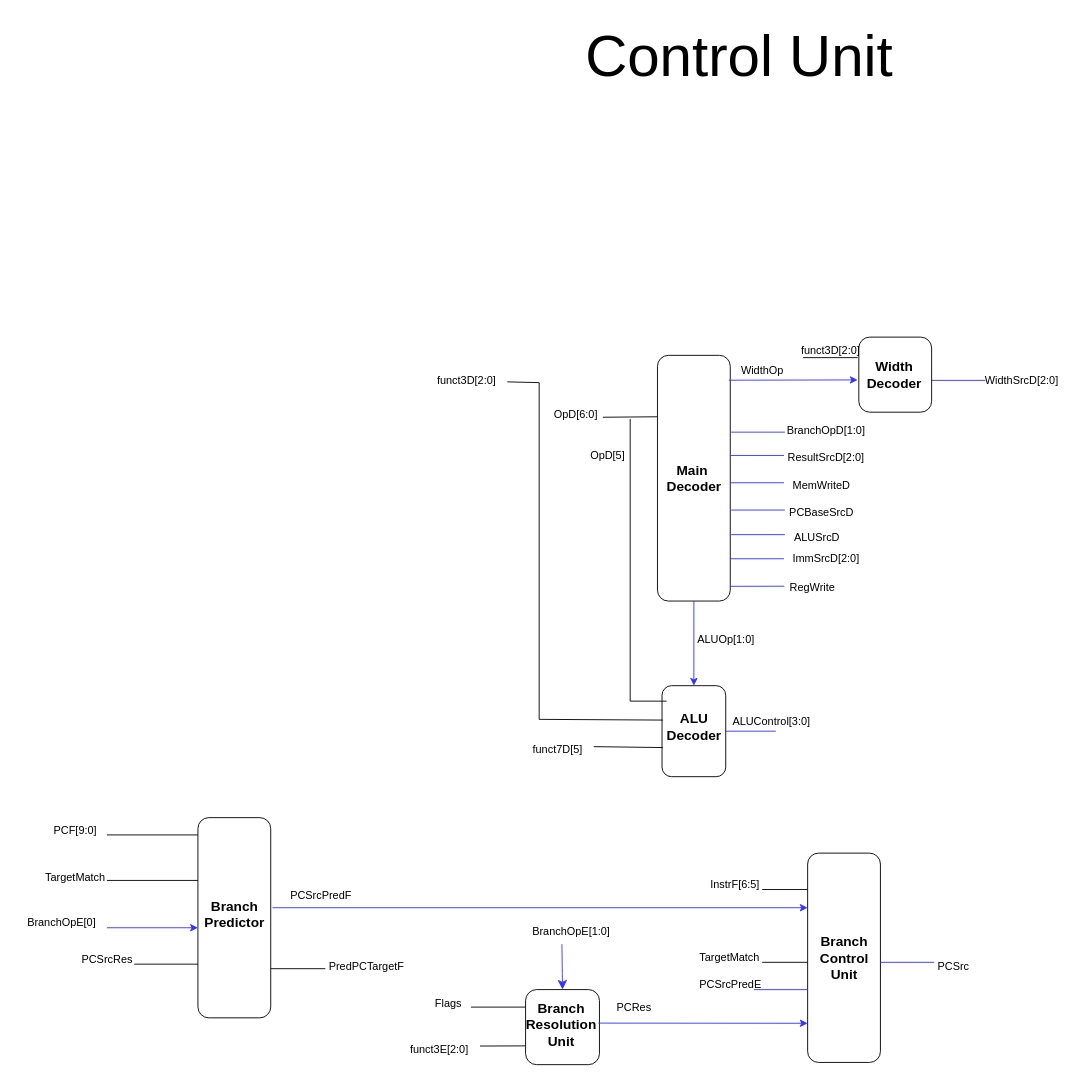
Earlier version of the draw.io diagram page "Control Unit" (3 of 4) of Documentation/RISC-V Pipelined Schematic.drawio (Biggo03/RISC-V-Pipelined). Source tidied: cells renumbered, new cells numbered last; positions are measured from the earlier drawing's top-left corner, leaving out a move shared by most shapes. Both pictures are drawn from the tidied source at 91%, with x=0, y=0 at pixel (15, 15).
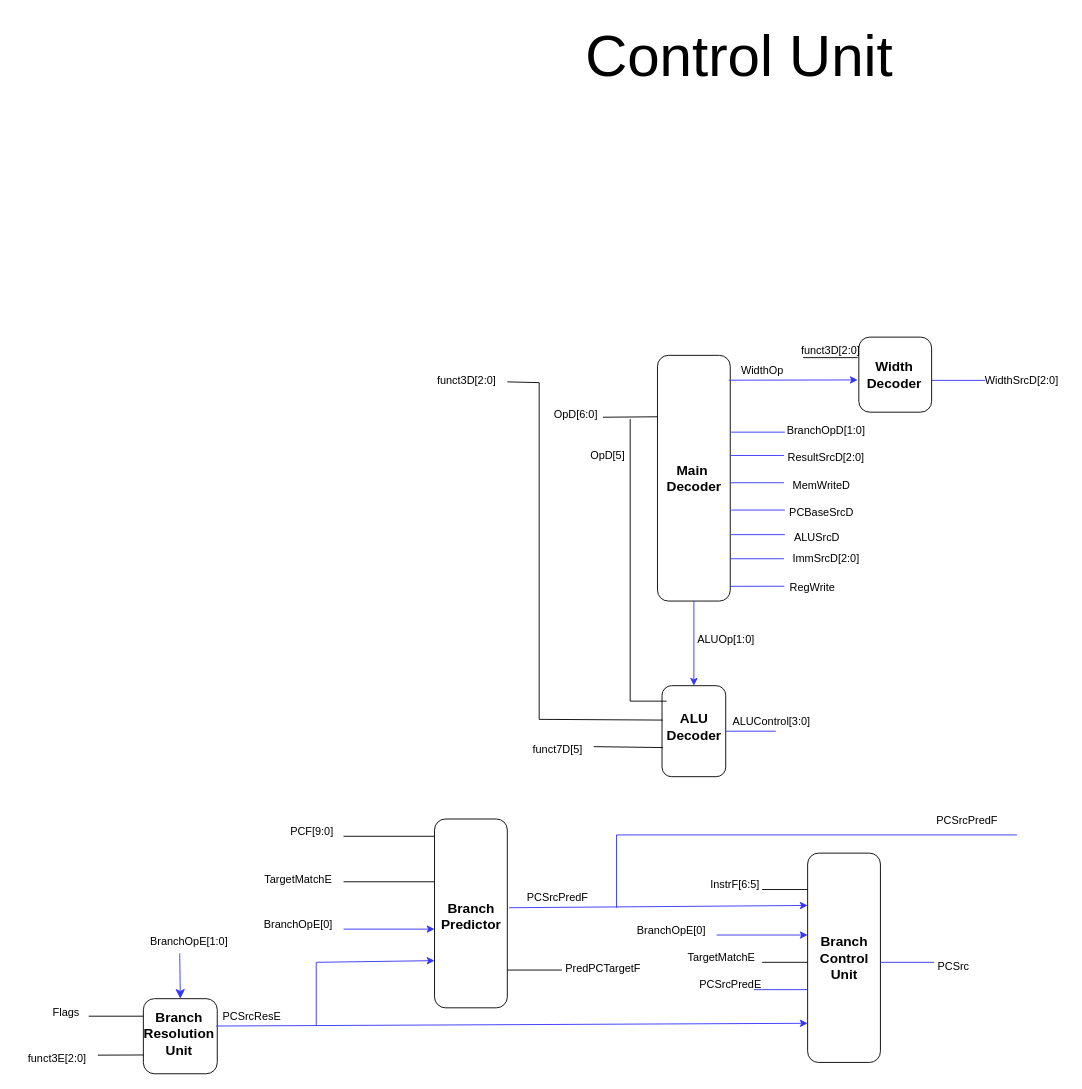
After the change.

The change refers to these unchanged cells:
```xml
<mxCell id="56" style="rounded=1;whiteSpace=wrap;html=1;" parent="1" vertex="1">
  <mxGeometry x="870" y="920" width="80" height="230" as="geometry" />
</mxCell>
```

What changed in the source:
```diff
@@
-    <mxCell id="33" style="endArrow=classic;html=1;rounded=0;fontSize=12;startSize=8;endSize=8;curved=1;strokeColor=#3333FF;entryX=0;entryY=0.5;entryDx=0;entryDy=0;" parent="1" edge="1" target="36">
-      <mxGeometry relative="1" as="geometry">
-        <mxPoint x="600" y="1020" as="sourcePoint" />
-      </mxGeometry>
-    </mxCell>
-    <mxCell id="34" value="&lt;font style=&quot;font-size: 12px;&quot;&gt;BranchOpE[1:0]&lt;/font&gt;" style="text;html=1;align=center;verticalAlign=middle;strokeColor=none;fillColor=none;fontSize=16;" parent="1" vertex="1">
-      <mxGeometry x="555" y="990" width="110" height="30" as="geometry" />
-    </mxCell>
-    <mxCell id="35" style="group;" parent="1" vertex="1">
-      <mxGeometry x="450" y="1070" width="309" height="82.5" as="geometry" />
-    </mxCell>
-    <mxCell id="36" style="rounded=1;whiteSpace=wrap;html=1;rotation=90;" parent="35" vertex="1">
-      <mxGeometry x="109.4" y="0.6" width="82.5" height="81.2" as="geometry" />
-    </mxCell>
-    <mxCell id="37" value="&lt;span style=&quot;font-size: 15px;&quot;&gt;&lt;b&gt;Branch&lt;/b&gt;&lt;/span&gt;&lt;div&gt;&lt;span style=&quot;font-size: 15px;&quot;&gt;&lt;b&gt;Resolution&lt;/b&gt;&lt;/span&gt;&lt;/div&gt;&lt;div&gt;&lt;span style=&quot;font-size: 15px;&quot;&gt;&lt;b&gt;Unit&lt;/b&gt;&lt;/span&gt;&lt;/div&gt;" style="text;html=1;align=center;verticalAlign=middle;strokeColor=none;fillColor=none;" parent="35" vertex="1">
-      <mxGeometry x="98.8" y="2.5" width="100" height="70" as="geometry" />
-    </mxCell>
-    <mxCell id="38" style="endArrow=none;html=1;rounded=0;" parent="35" edge="1">
-      <mxGeometry relative="1" as="geometry">
-        <mxPoint x="50" y="19.2" as="sourcePoint" />
-        <mxPoint x="110" y="19.2" as="targetPoint" />
-      </mxGeometry>
-    </mxCell>
-    <mxCell id="39" value="Flags" style="text;html=1;align=center;verticalAlign=middle;strokeColor=none;fillColor=none;" parent="35" vertex="1">
-      <mxGeometry y="1.2" width="50" height="30" as="geometry" />
-    </mxCell>
-    <mxCell id="40" style="endArrow=classic;html=1;rounded=0;exitX=0.852;exitY=-0.008;exitDx=0;exitDy=0;exitPerimeter=0;strokeColor=#3333FF;entryX=0;entryY=0.813;entryDx=0;entryDy=0;entryPerimeter=0;endFill=1;" parent="35" edge="1" target="56">
-      <mxGeometry relative="1" as="geometry">
-        <mxPoint x="190" y="36.8" as="sourcePoint" />
-      </mxGeometry>
-    </mxCell>
-    <mxCell id="41" value="funct3E[2:0]" style="text;html=1;align=center;verticalAlign=middle;strokeColor=none;fillColor=none;" parent="35" vertex="1">
-      <mxGeometry x="-30" y="51" width="90" height="30" as="geometry" />
-    </mxCell>
-    <mxCell id="42" value="&lt;font style=&quot;font-size: 12px;&quot;&gt;PCRes&lt;/font&gt;" style="text;html=1;align=center;verticalAlign=middle;strokeColor=none;fillColor=none;fontSize=16;" parent="35" vertex="1">
-      <mxGeometry x="198.8" y="2.5" width="60" height="30" as="geometry" />
-    </mxCell>
@@
-    <mxCell id="53" style="endArrow=none;html=1;rounded=0;entryX=0.75;entryY=1;entryDx=0;entryDy=0;" parent="1" edge="1" target="36">
-      <mxGeometry relative="1" as="geometry">
-        <mxPoint x="510" y="1132" as="sourcePoint" />
-      </mxGeometry>
-    </mxCell>
@@
-    <mxCell id="60" style="endArrow=classic;html=1;rounded=0;strokeColor=#3333FF;exitX=1.025;exitY=0.45;exitDx=0;exitDy=0;exitPerimeter=0;endFill=1;" parent="1" edge="1" source="68">
+    <mxCell id="60" style="endArrow=classic;html=1;rounded=0;strokeColor=#3333FF;endFill=1;entryX=0;entryY=0.25;entryDx=0;entryDy=0;" parent="1" edge="1" target="56">
       <mxGeometry relative="1" as="geometry">
-        <mxPoint x="870" y="980" as="targetPoint" />
+        <mxPoint x="542" y="980" as="sourcePoint" />
       </mxGeometry>
     </mxCell>
     <mxCell id="61" value="PCSrcPredF" style="text;html=1;align=center;verticalAlign=middle;strokeColor=none;fillColor=none;" parent="1" vertex="1">
-      <mxGeometry x="290" y="952" width="90" height="30" as="geometry" />
+      <mxGeometry x="550" y="953.5" width="90" height="30" as="geometry" />
     </mxCell>
@@
-    <mxCell id="65" value="TargetMatch" style="text;html=1;align=center;verticalAlign=middle;strokeColor=none;fillColor=none;" parent="1" vertex="1">
-      <mxGeometry x="739" y="1020" width="90" height="30" as="geometry" />
+    <mxCell id="65" value="TargetMatchE" style="text;html=1;align=center;verticalAlign=middle;strokeColor=none;fillColor=none;" parent="1" vertex="1">
+      <mxGeometry x="725" y="1020" width="100" height="30" as="geometry" />
     </mxCell>
@@
     <mxCell id="68" style="rounded=1;whiteSpace=wrap;html=1;" parent="1" vertex="1">
-      <mxGeometry x="200" y="881" width="80" height="220" as="geometry" />
+      <mxGeometry x="460" y="882.5" width="80" height="207.5" as="geometry" />
     </mxCell>
     <mxCell id="69" value="&lt;span style=&quot;font-size: 15px;&quot;&gt;&lt;b&gt;Branch&lt;/b&gt;&lt;/span&gt;&lt;div&gt;&lt;span style=&quot;font-size: 15px;&quot;&gt;&lt;b&gt;Predictor&lt;/b&gt;&lt;/span&gt;&lt;/div&gt;" style="text;html=1;align=center;verticalAlign=middle;strokeColor=none;fillColor=none;" parent="1" vertex="1">
-      <mxGeometry x="195" y="962" width="90" height="50" as="geometry" />
+      <mxGeometry x="455" y="963.5" width="90" height="50" as="geometry" />
     </mxCell>
     <mxCell id="70" style="endArrow=none;html=1;rounded=0;" parent="1" edge="1">
       <mxGeometry relative="1" as="geometry">
-        <mxPoint x="100" y="900" as="sourcePoint" />
-        <mxPoint x="200" y="900" as="targetPoint" />
+        <mxPoint x="360" y="901.5" as="sourcePoint" />
+        <mxPoint x="460" y="901.5" as="targetPoint" />
       </mxGeometry>
     </mxCell>
     <mxCell id="71" value="PCF[9:0]" style="text;html=1;align=center;verticalAlign=middle;strokeColor=none;fillColor=none;" parent="1" vertex="1">
-      <mxGeometry x="30" y="880" width="70" height="30" as="geometry" />
+      <mxGeometry x="290" y="881.5" width="70" height="30" as="geometry" />
     </mxCell>
     <mxCell id="72" style="endArrow=none;html=1;rounded=0;" parent="1" edge="1">
       <mxGeometry relative="1" as="geometry">
-        <mxPoint x="100" y="950" as="sourcePoint" />
-        <mxPoint x="200" y="950" as="targetPoint" />
+        <mxPoint x="360" y="951.5" as="sourcePoint" />
+        <mxPoint x="460" y="951.5" as="targetPoint" />
       </mxGeometry>
     </mxCell>
-    <mxCell id="73" value="TargetMatch" style="text;html=1;align=center;verticalAlign=middle;strokeColor=none;fillColor=none;" parent="1" vertex="1">
-      <mxGeometry x="20" y="932" width="90" height="30" as="geometry" />
+    <mxCell id="73" value="TargetMatchE" style="text;html=1;align=center;verticalAlign=middle;strokeColor=none;fillColor=none;" parent="1" vertex="1">
+      <mxGeometry x="260" y="933.5" width="100" height="30" as="geometry" />
     </mxCell>
     <mxCell id="74" style="endArrow=classic;html=1;rounded=0;strokeColor=#3333FF;endFill=1;" parent="1" edge="1">
       <mxGeometry relative="1" as="geometry">
-        <mxPoint x="100" y="1002" as="sourcePoint" />
-        <mxPoint x="200" y="1002" as="targetPoint" />
+        <mxPoint x="360" y="1003.5" as="sourcePoint" />
+        <mxPoint x="460" y="1003.5" as="targetPoint" />
       </mxGeometry>
     </mxCell>
     <mxCell id="75" value="&lt;font style=&quot;color: rgb(0, 0, 0);&quot;&gt;BranchOpE[0]&lt;/font&gt;" style="text;html=1;align=center;verticalAlign=middle;strokeColor=none;fillColor=none;" parent="1" vertex="1">
-      <mxGeometry y="982" width="100" height="30" as="geometry" />
+      <mxGeometry x="260" y="983.5" width="100" height="30" as="geometry" />
     </mxCell>
-    <mxCell id="76" style="endArrow=none;html=1;rounded=0;entryX=0;entryY=0.75;entryDx=0;entryDy=0;" parent="1" edge="1">
-      <mxGeometry relative="1" as="geometry">
-        <mxPoint x="130" y="1042" as="sourcePoint" />
-        <mxPoint x="200" y="1042" as="targetPoint" />
-      </mxGeometry>
-    </mxCell>
-    <mxCell id="77" value="PCSrcRes" style="text;html=1;align=center;verticalAlign=middle;strokeColor=none;fillColor=none;" parent="1" vertex="1">
-      <mxGeometry x="60" y="1022" width="80" height="30" as="geometry" />
-    </mxCell>
     <mxCell id="78" style="endArrow=none;html=1;rounded=0;exitX=1;exitY=0.75;exitDx=0;exitDy=0;" parent="1" edge="1">
       <mxGeometry relative="1" as="geometry">
-        <mxPoint x="280" y="1047" as="sourcePoint" />
-        <mxPoint x="340" y="1047" as="targetPoint" />
+        <mxPoint x="540" y="1048.5" as="sourcePoint" />
+        <mxPoint x="600" y="1048.5" as="targetPoint" />
       </mxGeometry>
     </mxCell>
     <mxCell id="79" value="PredPCTargetF" style="text;html=1;align=center;verticalAlign=middle;strokeColor=none;fillColor=none;" parent="1" vertex="1">
-      <mxGeometry x="330" y="1030" width="110" height="30" as="geometry" />
+      <mxGeometry x="590" y="1031.5" width="110" height="30" as="geometry" />
     </mxCell>
+    <mxCell id="80" style="endArrow=classic;html=1;rounded=0;strokeColor=#3333FF;endFill=1;" parent="1" edge="1">
+      <mxGeometry relative="1" as="geometry">
+        <mxPoint x="770" y="1010" as="sourcePoint" />
+        <mxPoint x="870" y="1010" as="targetPoint" />
+      </mxGeometry>
+    </mxCell>
+    <mxCell id="81" value="&lt;font style=&quot;color: rgb(0, 0, 0);&quot;&gt;BranchOpE[0]&lt;/font&gt;" style="text;html=1;align=center;verticalAlign=middle;strokeColor=none;fillColor=none;" parent="1" vertex="1">
+      <mxGeometry x="670" y="990" width="100" height="30" as="geometry" />
+    </mxCell>
+    <mxCell id="82" style="endArrow=none;html=1;rounded=0;strokeColor=#3333FF;" parent="1" edge="1">
+      <mxGeometry relative="1" as="geometry">
+        <mxPoint x="660" y="980" as="sourcePoint" />
+        <mxPoint x="1100" y="900" as="targetPoint" />
+        <Array as="points">
+          <mxPoint x="660" y="900" />
+        </Array>
+      </mxGeometry>
+    </mxCell>
+    <mxCell id="83" value="PCSrcPredF" style="text;html=1;align=center;verticalAlign=middle;strokeColor=none;fillColor=none;" parent="1" vertex="1">
+      <mxGeometry x="1000" y="870" width="90" height="30" as="geometry" />
+    </mxCell>
+    <mxCell id="33" style="endArrow=classic;html=1;rounded=0;fontSize=12;startSize=8;endSize=8;curved=1;strokeColor=#3333FF;entryX=0;entryY=0.5;entryDx=0;entryDy=0;" parent="1" edge="1" target="36">
+      <mxGeometry relative="1" as="geometry">
+        <mxPoint x="180" y="1030" as="sourcePoint" />
+      </mxGeometry>
+    </mxCell>
+    <mxCell id="34" value="&lt;font style=&quot;font-size: 12px;&quot;&gt;BranchOpE[1:0]&lt;/font&gt;" style="text;html=1;align=center;verticalAlign=middle;strokeColor=none;fillColor=none;fontSize=16;" parent="1" vertex="1">
+      <mxGeometry x="135" y="1000" width="110" height="30" as="geometry" />
+    </mxCell>
+    <mxCell id="36" style="rounded=1;whiteSpace=wrap;html=1;rotation=90;" parent="1" vertex="1">
+      <mxGeometry x="139.4" y="1080.6" width="82.5" height="81.2" as="geometry" />
+    </mxCell>
+    <mxCell id="37" value="&lt;span style=&quot;font-size: 15px;&quot;&gt;&lt;b&gt;Branch&lt;/b&gt;&lt;/span&gt;&lt;div&gt;&lt;span style=&quot;font-size: 15px;&quot;&gt;&lt;b&gt;Resolution&lt;/b&gt;&lt;/span&gt;&lt;/div&gt;&lt;div&gt;&lt;span style=&quot;font-size: 15px;&quot;&gt;&lt;b&gt;Unit&lt;/b&gt;&lt;/span&gt;&lt;/div&gt;" style="text;html=1;align=center;verticalAlign=middle;strokeColor=none;fillColor=none;" parent="1" vertex="1">
+      <mxGeometry x="128.8" y="1082.5" width="100" height="70" as="geometry" />
+    </mxCell>
+    <mxCell id="38" style="endArrow=none;html=1;rounded=0;" parent="1" edge="1">
+      <mxGeometry relative="1" as="geometry">
+        <mxPoint x="80" y="1099.2" as="sourcePoint" />
+        <mxPoint x="140" y="1099.2" as="targetPoint" />
+      </mxGeometry>
+    </mxCell>
+    <mxCell id="39" value="Flags" style="text;html=1;align=center;verticalAlign=middle;strokeColor=none;fillColor=none;" parent="1" vertex="1">
+      <mxGeometry x="30" y="1081.2" width="50" height="30" as="geometry" />
+    </mxCell>
+    <mxCell id="41" value="funct3E[2:0]" style="text;html=1;align=center;verticalAlign=middle;strokeColor=none;fillColor=none;" parent="1" vertex="1">
+      <mxGeometry y="1131" width="90" height="30" as="geometry" />
+    </mxCell>
+    <mxCell id="42" value="&lt;font style=&quot;font-size: 12px;&quot;&gt;PCSrcResE&lt;/font&gt;" style="text;html=1;align=center;verticalAlign=middle;strokeColor=none;fillColor=none;fontSize=16;" parent="1" vertex="1">
+      <mxGeometry x="213.8" y="1082.5" width="90" height="30" as="geometry" />
+    </mxCell>
+    <mxCell id="53" style="endArrow=none;html=1;rounded=0;entryX=0.75;entryY=1;entryDx=0;entryDy=0;" parent="1" edge="1" target="36">
+      <mxGeometry relative="1" as="geometry">
+        <mxPoint x="90" y="1142" as="sourcePoint" />
+      </mxGeometry>
+    </mxCell>
+    <mxCell id="40" style="endArrow=classic;html=1;rounded=0;strokeColor=#3333FF;entryX=0;entryY=0.813;entryDx=0;entryDy=0;entryPerimeter=0;endFill=1;" parent="1" edge="1" target="56">
+      <mxGeometry relative="1" as="geometry">
+        <mxPoint x="220" y="1110" as="sourcePoint" />
+      </mxGeometry>
+    </mxCell>
+    <mxCell id="84" style="endArrow=classic;html=1;rounded=0;strokeColor=#3333FF;endFill=1;entryX=0;entryY=0.75;entryDx=0;entryDy=0;" parent="1" edge="1" target="68">
+      <mxGeometry relative="1" as="geometry">
+        <mxPoint x="330" y="1110" as="sourcePoint" />
+        <Array as="points">
+          <mxPoint x="330" y="1040" />
+        </Array>
+      </mxGeometry>
+    </mxCell>
```
